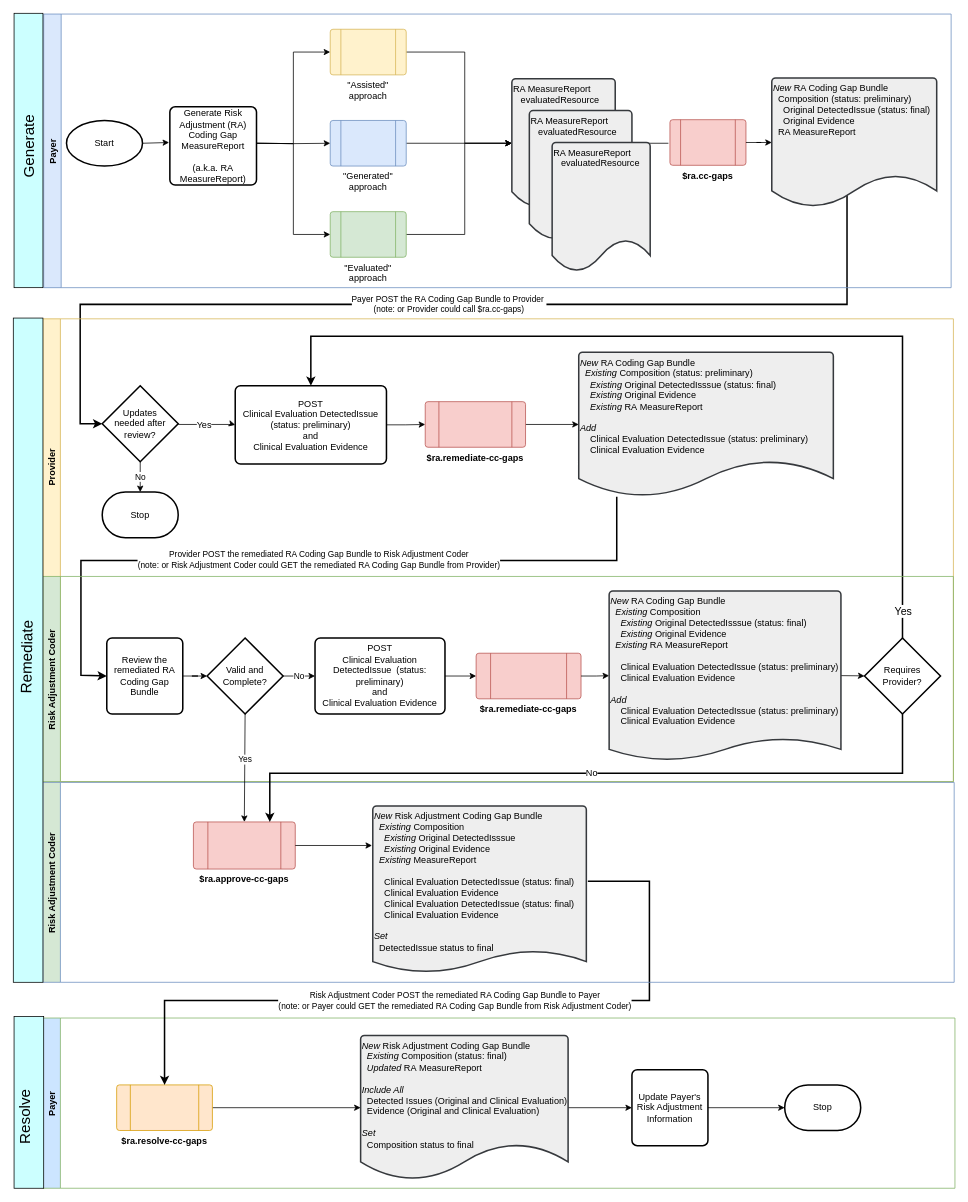
Above: page "workflow-11-04-2022" (1 of 6) of input/images/Source/Stages.drawio in HL7/davinci-ra (draw.io), before the change. Source tidied: cells renumbered, new cells numbered last; positions are measured from the earlier drawing's top-left corner, leaving out a move shared by most shapes. Both pictures are drawn from the tidied source at 76%, with x=0, y=0 at pixel (2, 13).
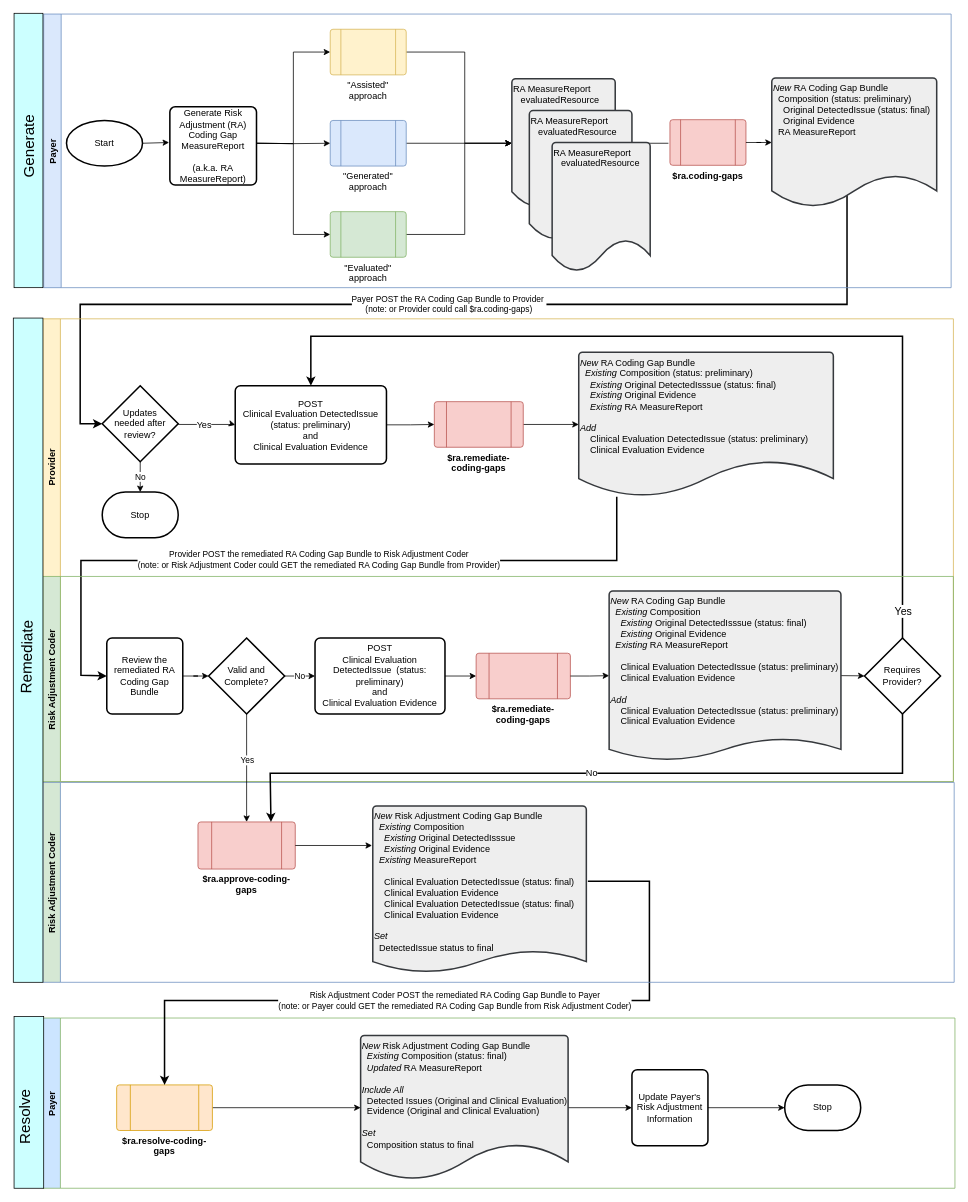
The same diagram, later.

The change refers to these unchanged cells:
```xml
<mxCell id="4" value="Payer" style="swimlane;horizontal=0;fillColor=#dae8fc;strokeColor=#6c8ebf;" parent="1" vertex="1">
  <mxGeometry x="55" y="1" width="1194" height="360" as="geometry" />
</mxCell>
<mxCell id="21" value="                                                                  Provider" style="swimlane;horizontal=0;align=center;startSize=23;fillColor=#fff2cc;strokeColor=#d6b656;" parent="1" vertex="1">
  <mxGeometry x="54" y="402" width="1198" height="609" as="geometry" />
</mxCell>
<mxCell id="31" value="Risk Adjustment Coder" style="swimlane;horizontal=0;fillColor=#d5e8d4;strokeColor=#82b366;" parent="21" vertex="1">
  <mxGeometry y="339" width="1198" height="270" as="geometry" />
</mxCell>
<mxCell id="43" value="Updates &lt;br&gt;needed after review?" style="strokeWidth=2;html=1;shape=mxgraph.flowchart.decision;whiteSpace=wrap;" parent="21" vertex="1">
  <mxGeometry x="78" y="88" width="100" height="100" as="geometry" />
</mxCell>
<mxCell id="48" value="Payer" style="swimlane;horizontal=0;fillColor=#CCE5FF;strokeColor=#82b366;" parent="1" vertex="1">
  <mxGeometry x="54" y="1322" width="1200" height="224" as="geometry" />
</mxCell>
<mxCell id="59" value="&lt;div style=&quot;&quot;&gt;&lt;span style=&quot;background-color: initial;&quot;&gt;&lt;i&gt;New &lt;/i&gt;RA Coding Gap Bundle&lt;br&gt;&lt;/span&gt;&lt;span style=&quot;background-color: initial;&quot;&gt;&amp;nbsp; Composition (status: preliminary)&lt;/span&gt;&lt;/div&gt;&lt;div style=&quot;&quot;&gt;&lt;div&gt;&amp;nbsp; &amp;nbsp; Original DetectedIssue (status: final)&lt;br&gt;&lt;/div&gt;&lt;div&gt;&amp;nbsp; &amp;nbsp; Original&amp;nbsp;&lt;span style=&quot;background-color: initial;&quot;&gt;Evidence&lt;/span&gt;&lt;/div&gt;&lt;/div&gt;&lt;div style=&quot;&quot;&gt;&amp;nbsp; RA MeasureReport&lt;/div&gt;&lt;div style=&quot;&quot;&gt;&lt;br&gt;&lt;/div&gt;" style="strokeWidth=2;html=1;shape=mxgraph.flowchart.document2;whiteSpace=wrap;size=0.25;verticalAlign=top;align=left;fillColor=#eeeeee;strokeColor=#36393d;fillStyle=auto;" parent="1" vertex="1">
  <mxGeometry x="1013" y="85" width="217" height="170" as="geometry" />
</mxCell>
<mxCell id="61" value="Risk Adjustment Coder" style="swimlane;horizontal=0;fillColor=#D5E8D4;strokeColor=#6c8ebf;" parent="1" vertex="1">
  <mxGeometry x="54" y="1012" width="1199" height="263" as="geometry" />
</mxCell>
```

The edit, as a diff of the source:
```diff
@@
-    <mxCell id="3" value="Payer POST the RA Coding Gap Bundle to Provider&amp;nbsp;&lt;br&gt;(note: or Provider could call $ra.cc-gaps)" style="edgeStyle=orthogonalEdgeStyle;rounded=0;jettySize=auto;html=1;entryX=0;entryY=0.5;entryDx=0;entryDy=0;strokeWidth=2;shadow=0;sketch=0;entryPerimeter=0;exitX=0.45;exitY=0.899;exitDx=0;exitDy=0;exitPerimeter=0;" parent="1" edge="1" source="59" target="43">
+    <mxCell id="3" value="Payer POST the RA Coding Gap Bundle to Provider&amp;nbsp;&lt;br&gt;(note: or Provider could call $ra.coding-gaps)" style="edgeStyle=orthogonalEdgeStyle;rounded=0;jettySize=auto;html=1;entryX=0;entryY=0.5;entryDx=0;entryDy=0;strokeWidth=2;shadow=0;sketch=0;entryPerimeter=0;exitX=0.45;exitY=0.899;exitDx=0;exitDy=0;exitPerimeter=0;" parent="1" edge="1" source="59" target="43">
       <mxGeometry relative="1" as="geometry">
         <Array as="points">
           <mxPoint x="1112" y="383" />
           <mxPoint x="103" y="383" />
           <mxPoint x="103" y="540" />
         </Array>
       </mxGeometry>
     </mxCell>
@@
-    <mxCell id="15" value="&lt;b&gt;$ra.cc-gaps&lt;/b&gt;" style="verticalLabelPosition=bottom;verticalAlign=top;html=1;shape=process;whiteSpace=wrap;rounded=1;size=0.14;arcSize=6;fillColor=#f8cecc;strokeColor=#b85450;" parent="4" vertex="1">
+    <mxCell id="15" value="&lt;b&gt;$ra.coding-gaps&lt;/b&gt;" style="verticalLabelPosition=bottom;verticalAlign=top;html=1;shape=process;whiteSpace=wrap;rounded=1;size=0.14;arcSize=6;fillColor=#f8cecc;strokeColor=#b85450;" parent="4" vertex="1">
       <mxGeometry x="824" y="139" width="100" height="60" as="geometry" />
     </mxCell>
@@
-    <mxCell id="25" value="&lt;b&gt;$ra.remediate-cc-gaps&lt;/b&gt;" style="verticalLabelPosition=bottom;verticalAlign=top;html=1;shape=process;whiteSpace=wrap;rounded=1;size=0.14;arcSize=6;fillColor=#f8cecc;strokeColor=#b85450;" parent="21" vertex="1">
-      <mxGeometry x="503" y="109" width="132" height="60" as="geometry" />
+    <mxCell id="25" value="&lt;b&gt;$ra.remediate-coding-gaps&lt;/b&gt;" style="verticalLabelPosition=bottom;verticalAlign=top;html=1;shape=process;whiteSpace=wrap;rounded=1;size=0.14;arcSize=6;fillColor=#f8cecc;strokeColor=#b85450;" parent="21" vertex="1">
+      <mxGeometry x="515" y="109" width="117" height="60" as="geometry" />
     </mxCell>
@@
     <mxCell id="33" value="Valid and Complete?" style="strokeWidth=2;html=1;shape=mxgraph.flowchart.decision;whiteSpace=wrap;" parent="31" vertex="1">
-      <mxGeometry x="216" y="81" width="100" height="100" as="geometry" />
+      <mxGeometry x="218" y="81" width="100" height="100" as="geometry" />
     </mxCell>
@@
-    <mxCell id="37" value="&lt;b&gt;$ra.remediate-cc-gaps&lt;/b&gt;" style="verticalLabelPosition=bottom;verticalAlign=top;html=1;shape=process;whiteSpace=wrap;rounded=1;size=0.14;arcSize=6;fillColor=#f8cecc;strokeColor=#b85450;" parent="31" vertex="1">
-      <mxGeometry x="570" y="101" width="138" height="60" as="geometry" />
+    <mxCell id="37" value="&lt;b&gt;$ra.remediate-coding-gaps&lt;/b&gt;" style="verticalLabelPosition=bottom;verticalAlign=top;html=1;shape=process;whiteSpace=wrap;rounded=1;size=0.14;arcSize=6;fillColor=#f8cecc;strokeColor=#b85450;" parent="31" vertex="1">
+      <mxGeometry x="570" y="101" width="124" height="60" as="geometry" />
     </mxCell>
@@
-    <mxCell id="50" value="&lt;b&gt;$ra.resolve-cc-gaps&lt;/b&gt;" style="verticalLabelPosition=bottom;verticalAlign=top;html=1;shape=process;whiteSpace=wrap;rounded=1;size=0.14;arcSize=6;fillColor=#ffe6cc;strokeColor=#d79b00;" parent="48" vertex="1">
+    <mxCell id="50" value="&lt;b&gt;$ra.resolve-coding-gaps&lt;/b&gt;" style="verticalLabelPosition=bottom;verticalAlign=top;html=1;shape=process;whiteSpace=wrap;rounded=1;size=0.14;arcSize=6;fillColor=#ffe6cc;strokeColor=#d79b00;" parent="48" vertex="1">
       <mxGeometry x="97" y="88" width="126" height="60" as="geometry" />
     </mxCell>
@@
-    <mxCell id="62" value="&lt;b&gt;$ra.approve-cc-gaps&lt;/b&gt;" style="verticalLabelPosition=bottom;verticalAlign=top;html=1;shape=process;whiteSpace=wrap;rounded=1;size=0.14;arcSize=6;fillColor=#f8cecc;strokeColor=#b85450;" parent="61" vertex="1">
-      <mxGeometry x="198" y="52" width="134" height="62" as="geometry" />
+    <mxCell id="62" value="&lt;b&gt;$ra.approve-coding-gaps&lt;/b&gt;" style="verticalLabelPosition=bottom;verticalAlign=top;html=1;shape=process;whiteSpace=wrap;rounded=1;size=0.14;arcSize=6;fillColor=#f8cecc;strokeColor=#b85450;" parent="61" vertex="1">
+      <mxGeometry x="204" y="52" width="128" height="62" as="geometry" />
     </mxCell>
```
